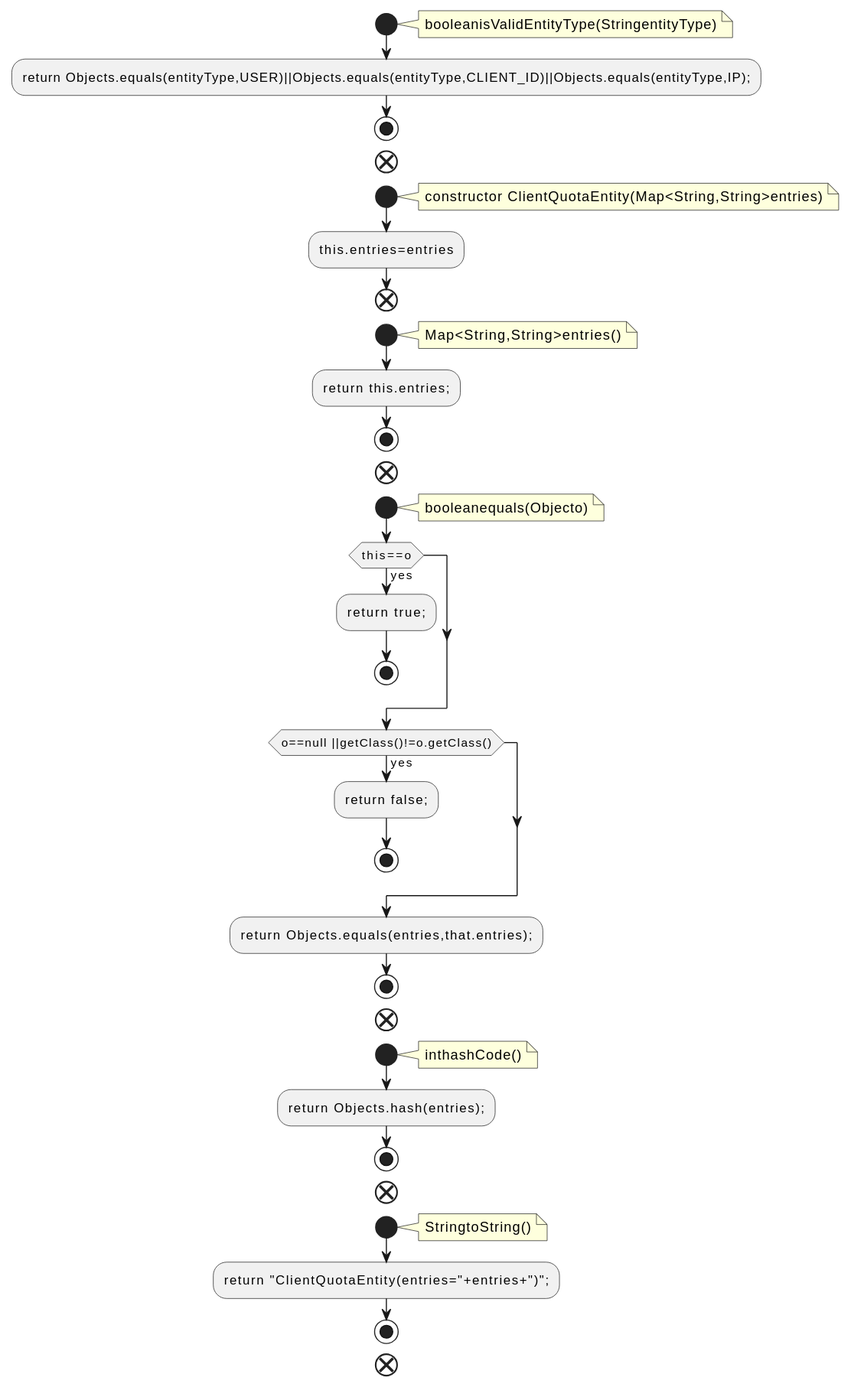
The PlantUML diagram docs/qc/clients/src/main/java/org/apache/kafka/common/quota/ClientQuotaEntity.java.fct.svg in qualitesys/kafka, before a commit.
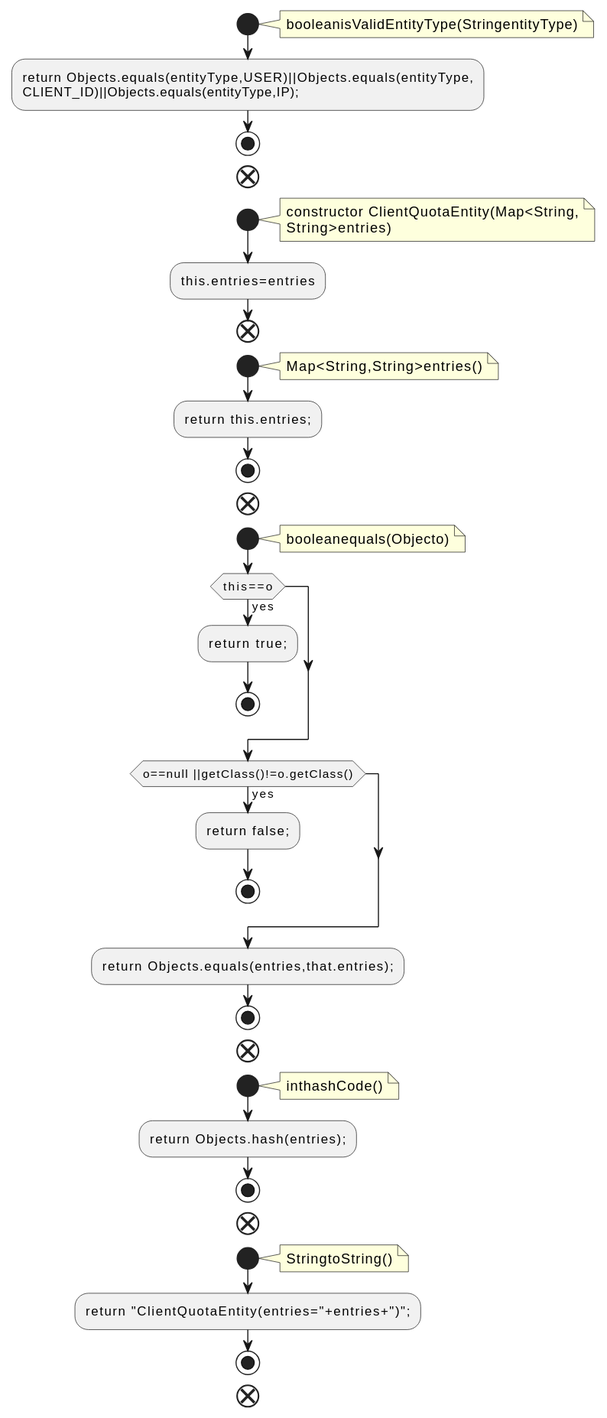
Above is the later version.

The edit, as a diff of the source:
```diff
@@ -4,12 +4,14 @@
 note right
 booleanisValidEntityType(StringentityType)
 end note
-:return Objects.equals(entityType,USER)||Objects.equals(entityType,CLIENT_ID)||Objects.equals(entityType,IP);;
+:return Objects.equals(entityType,USER)||Objects.equals(entityType,
+CLIENT_ID)||Objects.equals(entityType,IP);;
 stop
 end
 start
 note right
-constructor ClientQuotaEntity(Map<String,String>entries)
+constructor ClientQuotaEntity(Map<String,
+String>entries)
 end note
 :this.entries=entries;
 end
```
